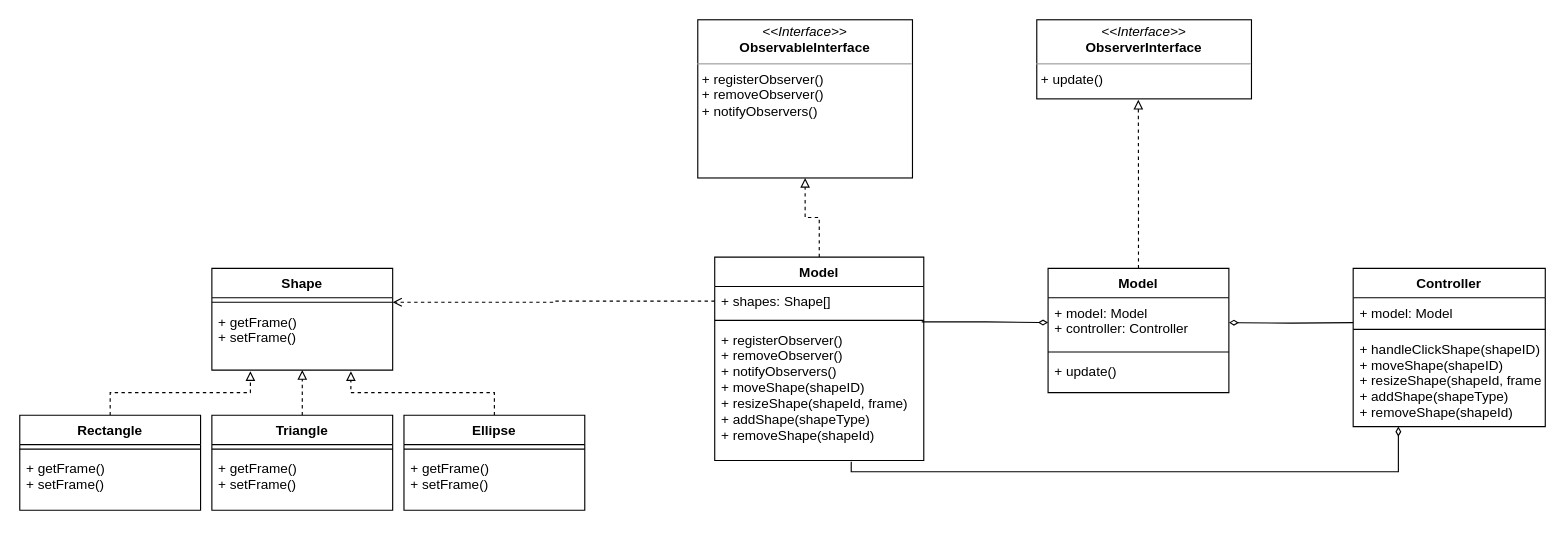
The draw.io diagram MVC_geometric/MVC.drawio in venera13/ood, before the edit. Source tidied: cells renumbered, new cells numbered last; positions are measured from the earlier drawing's top-left corner, leaving out a move shared by most shapes. Both pictures are drawn from the tidied source at 113%, with x=0, y=0 at pixel (19, 19).
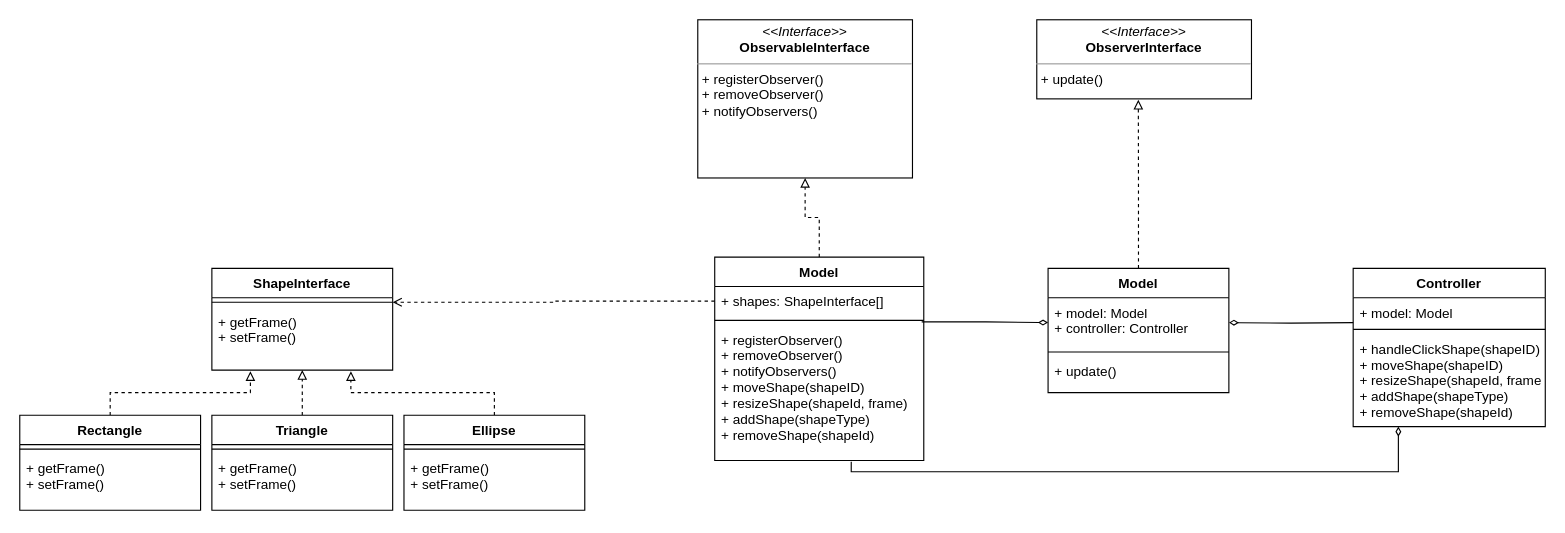
Above is the later version.

Unchanged cells that the change refers to:
```xml
<mxCell id="4" value="Model" style="swimlane;fontStyle=1;align=center;verticalAlign=top;horizontal=1;startSize=26;" parent="1" vertex="1">
  <mxGeometry x="615" y="210" width="185" height="180" as="geometry" />
</mxCell>
```

Diff of the diagram source:
```diff
@@
-    <mxCell id="5" value="+ shapes: Shape[]" style="text;strokeColor=none;fillColor=none;align=left;verticalAlign=top;spacingLeft=4;spacingRight=4;overflow=hidden;points=[[0,0.5],[1,0.5]];portConstraint=eastwest;" parent="4" vertex="1">
+    <mxCell id="5" value="+ shapes: ShapeInterface[]" style="text;strokeColor=none;fillColor=none;align=left;verticalAlign=top;spacingLeft=4;spacingRight=4;overflow=hidden;points=[[0,0.5],[1,0.5]];portConstraint=eastwest;" parent="4" vertex="1">
       <mxGeometry y="26" width="185" height="26" as="geometry" />
     </mxCell>
@@
-    <mxCell id="21" value="Shape" style="swimlane;fontStyle=1;align=center;verticalAlign=top;horizontal=1;startSize=26;" parent="1" vertex="1">
+    <mxCell id="21" value="ShapeInterface" style="swimlane;fontStyle=1;align=center;verticalAlign=top;horizontal=1;startSize=26;" parent="1" vertex="1">
       <mxGeometry x="170" y="220" width="160" height="90" as="geometry" />
     </mxCell>
```
